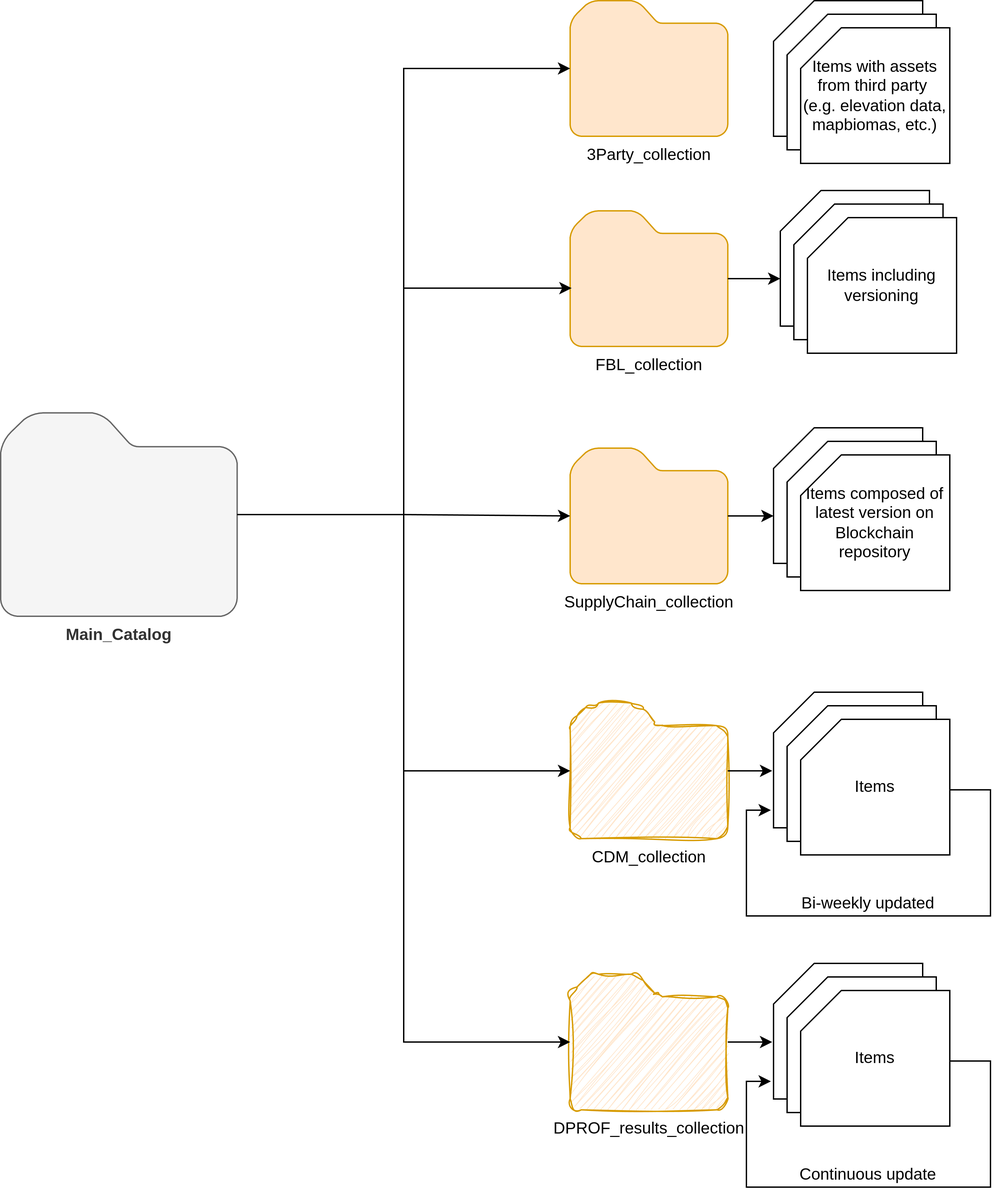
Above: img/STAC_Satelligence_structure.png in mdominguezd/s11_cats_report.github.io (draw.io), before the change. Source tidied: cells renumbered, new cells last; positions are measured from the earlier drawing's top-left corner, leaving out a move shared by most shapes. Source of this version:
```xml
<mxGraphModel>
  <root>
    <mxCell id="0" />
    <mxCell id="1" parent="0" />
    <mxCell id="2" value="FBL_collection" style="sketch=0;shadow=0;dashed=0;html=1;strokeColor=#d79b00;labelPosition=center;verticalLabelPosition=bottom;verticalAlign=top;align=center;fillColor=#ffe6cc;shape=mxgraph.mscae.enterprise.folder;fontStyle=0;" parent="1" vertex="1">
      <mxGeometry x="420" y="155" width="116.3" height="100" as="geometry" />
    </mxCell>
    <mxCell id="3" value="CDM_collection" style="shadow=0;dashed=0;html=1;strokeColor=#d79b00;labelPosition=center;verticalLabelPosition=bottom;verticalAlign=top;align=center;fillColor=#ffe6cc;shape=mxgraph.mscae.enterprise.folder;fontStyle=0;sketch=1;curveFitting=1;jiggle=2;" parent="1" vertex="1">
      <mxGeometry x="420" y="518" width="116.3" height="100" as="geometry" />
    </mxCell>
    <mxCell id="4" value="SupplyChain_collection" style="shadow=0;dashed=0;html=1;strokeColor=#d79b00;labelPosition=center;verticalLabelPosition=bottom;verticalAlign=top;align=center;fillColor=#ffe6cc;shape=mxgraph.mscae.enterprise.folder;fontStyle=0;" parent="1" vertex="1">
      <mxGeometry x="420" y="330" width="116.3" height="100" as="geometry" />
    </mxCell>
    <mxCell id="5" style="edgeStyle=orthogonalEdgeStyle;rounded=0;jettySize=auto;html=1;" parent="1" edge="1" source="6" target="4">
      <mxGeometry relative="1" as="geometry" />
    </mxCell>
    <mxCell id="6" value="Main_Catalog" style="sketch=0;shadow=0;dashed=0;html=1;strokeColor=#666666;labelPosition=center;verticalLabelPosition=bottom;verticalAlign=top;align=center;fillColor=#f5f5f5;shape=mxgraph.mscae.enterprise.folder;fontColor=#333333;fontStyle=1;" parent="1" vertex="1">
      <mxGeometry y="304" width="174.4" height="150" as="geometry" />
    </mxCell>
    <mxCell id="7" style="group;" parent="1" vertex="1">
      <mxGeometry x="575" y="140" width="130" height="120" as="geometry" />
    </mxCell>
    <mxCell id="8" style="shape=card;whiteSpace=wrap;html=1;" parent="7" vertex="1">
      <mxGeometry width="110" height="100" as="geometry" />
    </mxCell>
    <mxCell id="9" style="shape=card;whiteSpace=wrap;html=1;" parent="7" vertex="1">
      <mxGeometry x="10" y="10" width="110" height="100" as="geometry" />
    </mxCell>
    <mxCell id="10" value="Items including versioning" style="shape=card;whiteSpace=wrap;html=1;" parent="7" vertex="1">
      <mxGeometry x="20" y="20" width="110" height="100" as="geometry" />
    </mxCell>
    <mxCell id="11" style="edgeStyle=orthogonalEdgeStyle;rounded=0;jettySize=auto;html=1;entryX=0;entryY=0;entryDx=0;entryDy=65;entryPerimeter=0;" parent="1" edge="1" source="2" target="8">
      <mxGeometry relative="1" as="geometry" />
    </mxCell>
    <mxCell id="12" style="group;" parent="1" vertex="1">
      <mxGeometry x="570" y="315" width="130" height="120" as="geometry" />
    </mxCell>
    <mxCell id="13" style="shape=card;whiteSpace=wrap;html=1;" parent="12" vertex="1">
      <mxGeometry width="110" height="100" as="geometry" />
    </mxCell>
    <mxCell id="14" style="shape=card;whiteSpace=wrap;html=1;" parent="12" vertex="1">
      <mxGeometry x="10" y="10" width="110" height="100" as="geometry" />
    </mxCell>
    <mxCell id="15" value="Items composed of latest version on Blockchain repository" style="shape=card;whiteSpace=wrap;html=1;" parent="12" vertex="1">
      <mxGeometry x="20" y="20" width="110" height="100" as="geometry" />
    </mxCell>
    <mxCell id="16" style="edgeStyle=orthogonalEdgeStyle;rounded=0;jettySize=auto;html=1;entryX=0;entryY=0;entryDx=0;entryDy=65;entryPerimeter=0;" parent="1" edge="1" source="4" target="13">
      <mxGeometry relative="1" as="geometry" />
    </mxCell>
    <mxCell id="17" style="group;" parent="1" vertex="1">
      <mxGeometry x="570" y="510" width="130" height="120" as="geometry" />
    </mxCell>
    <mxCell id="18" style="shape=card;whiteSpace=wrap;html=1;" parent="17" vertex="1">
      <mxGeometry width="110" height="100" as="geometry" />
    </mxCell>
    <mxCell id="19" style="shape=card;whiteSpace=wrap;html=1;" parent="17" vertex="1">
      <mxGeometry x="10" y="10" width="110" height="100" as="geometry" />
    </mxCell>
    <mxCell id="20" value="Items" style="shape=card;whiteSpace=wrap;html=1;" parent="17" vertex="1">
      <mxGeometry x="20" y="20" width="110" height="100" as="geometry" />
    </mxCell>
    <mxCell id="21" style="edgeStyle=orthogonalEdgeStyle;rounded=0;orthogonalLoop=1;jettySize=auto;html=1;entryX=-0.018;entryY=0.85;entryDx=0;entryDy=0;entryPerimeter=0;" parent="17" edge="1">
      <mxGeometry relative="1" as="geometry">
        <mxPoint x="130" y="72" as="sourcePoint" />
        <mxPoint x="-2" y="87" as="targetPoint" />
        <Array as="points">
          <mxPoint x="160" y="72" />
          <mxPoint x="160" y="165" />
          <mxPoint x="-20" y="165" />
          <mxPoint x="-20" y="87" />
        </Array>
      </mxGeometry>
    </mxCell>
    <mxCell id="22" style="edgeStyle=orthogonalEdgeStyle;rounded=0;jettySize=auto;html=1;entryX=-0.009;entryY=0.58;entryDx=0;entryDy=0;entryPerimeter=0;" parent="1" edge="1" source="3" target="18">
      <mxGeometry relative="1" as="geometry" />
    </mxCell>
    <mxCell id="23" value="Bi-weekly updated" style="text;html=1;align=center;verticalAlign=middle;whiteSpace=wrap;rounded=0;" parent="1" vertex="1">
      <mxGeometry x="570" y="651" width="140" height="30" as="geometry" />
    </mxCell>
    <mxCell id="24" style="edgeStyle=orthogonalEdgeStyle;rounded=0;jettySize=auto;html=1;entryX=0;entryY=0.5;entryDx=0;entryDy=0;entryPerimeter=0;" parent="1" edge="1" source="6" target="3">
      <mxGeometry relative="1" as="geometry" />
    </mxCell>
    <mxCell id="25" value="DPROF_results_collection" style="shadow=0;dashed=0;html=1;strokeColor=#d79b00;labelPosition=center;verticalLabelPosition=bottom;verticalAlign=top;align=center;fillColor=#ffe6cc;shape=mxgraph.mscae.enterprise.folder;fontStyle=0;sketch=1;curveFitting=1;jiggle=2;" parent="1" vertex="1">
      <mxGeometry x="420" y="718" width="116.3" height="100" as="geometry" />
    </mxCell>
    <mxCell id="26" style="group;" parent="1" vertex="1">
      <mxGeometry x="570" y="710" width="130" height="120" as="geometry" />
    </mxCell>
    <mxCell id="27" style="shape=card;whiteSpace=wrap;html=1;" parent="26" vertex="1">
      <mxGeometry width="110" height="100" as="geometry" />
    </mxCell>
    <mxCell id="28" style="shape=card;whiteSpace=wrap;html=1;" parent="26" vertex="1">
      <mxGeometry x="10" y="10" width="110" height="100" as="geometry" />
    </mxCell>
    <mxCell id="29" value="Items" style="shape=card;whiteSpace=wrap;html=1;" parent="26" vertex="1">
      <mxGeometry x="20" y="20" width="110" height="100" as="geometry" />
    </mxCell>
    <mxCell id="30" style="edgeStyle=orthogonalEdgeStyle;rounded=0;orthogonalLoop=1;jettySize=auto;html=1;entryX=-0.018;entryY=0.85;entryDx=0;entryDy=0;entryPerimeter=0;" parent="26" edge="1">
      <mxGeometry relative="1" as="geometry">
        <mxPoint x="130" y="72" as="sourcePoint" />
        <mxPoint x="-2" y="87" as="targetPoint" />
        <Array as="points">
          <mxPoint x="160" y="72" />
          <mxPoint x="160" y="165" />
          <mxPoint x="-20" y="165" />
          <mxPoint x="-20" y="87" />
        </Array>
      </mxGeometry>
    </mxCell>
    <mxCell id="31" style="edgeStyle=orthogonalEdgeStyle;rounded=0;jettySize=auto;html=1;entryX=-0.009;entryY=0.58;entryDx=0;entryDy=0;entryPerimeter=0;" parent="1" edge="1" source="25" target="27">
      <mxGeometry relative="1" as="geometry" />
    </mxCell>
    <mxCell id="32" value="Continuous update" style="text;html=1;align=center;verticalAlign=middle;whiteSpace=wrap;rounded=0;" parent="1" vertex="1">
      <mxGeometry x="570" y="851" width="140" height="30" as="geometry" />
    </mxCell>
    <mxCell id="33" style="edgeStyle=orthogonalEdgeStyle;rounded=0;jettySize=auto;html=1;entryX=0;entryY=0.5;entryDx=0;entryDy=0;entryPerimeter=0;" parent="1" edge="1" source="6" target="25">
      <mxGeometry relative="1" as="geometry" />
    </mxCell>
    <mxCell id="34" style="edgeStyle=orthogonalEdgeStyle;rounded=0;jettySize=auto;html=1;entryX=0.009;entryY=0.57;entryDx=0;entryDy=0;entryPerimeter=0;" parent="1" edge="1" source="6" target="2">
      <mxGeometry relative="1" as="geometry" />
    </mxCell>
    <mxCell id="35" value="3Party_collection" style="sketch=0;shadow=0;dashed=0;html=1;strokeColor=#d79b00;labelPosition=center;verticalLabelPosition=bottom;verticalAlign=top;align=center;fillColor=#ffe6cc;shape=mxgraph.mscae.enterprise.folder;fontStyle=0;" parent="1" vertex="1">
      <mxGeometry x="420" width="116.3" height="100" as="geometry" />
    </mxCell>
    <mxCell id="36" style="edgeStyle=orthogonalEdgeStyle;rounded=0;jettySize=auto;html=1;entryX=0;entryY=0.5;entryDx=0;entryDy=0;entryPerimeter=0;" parent="1" edge="1" source="6" target="35">
      <mxGeometry relative="1" as="geometry" />
    </mxCell>
    <mxCell id="37" style="group;" parent="1" vertex="1">
      <mxGeometry x="570" width="130" height="120" as="geometry" />
    </mxCell>
    <mxCell id="38" style="shape=card;whiteSpace=wrap;html=1;" parent="37" vertex="1">
      <mxGeometry width="110" height="100" as="geometry" />
    </mxCell>
    <mxCell id="39" style="shape=card;whiteSpace=wrap;html=1;" parent="37" vertex="1">
      <mxGeometry x="10" y="10" width="110" height="100" as="geometry" />
    </mxCell>
    <mxCell id="40" value="Items with assets from third party&amp;nbsp;&lt;div&gt;(e.g. elevation data, mapbiomas, etc.)&lt;/div&gt;" style="shape=card;whiteSpace=wrap;html=1;" parent="37" vertex="1">
      <mxGeometry x="20" y="20" width="110" height="100" as="geometry" />
    </mxCell>
  </root>
</mxGraphModel>
```
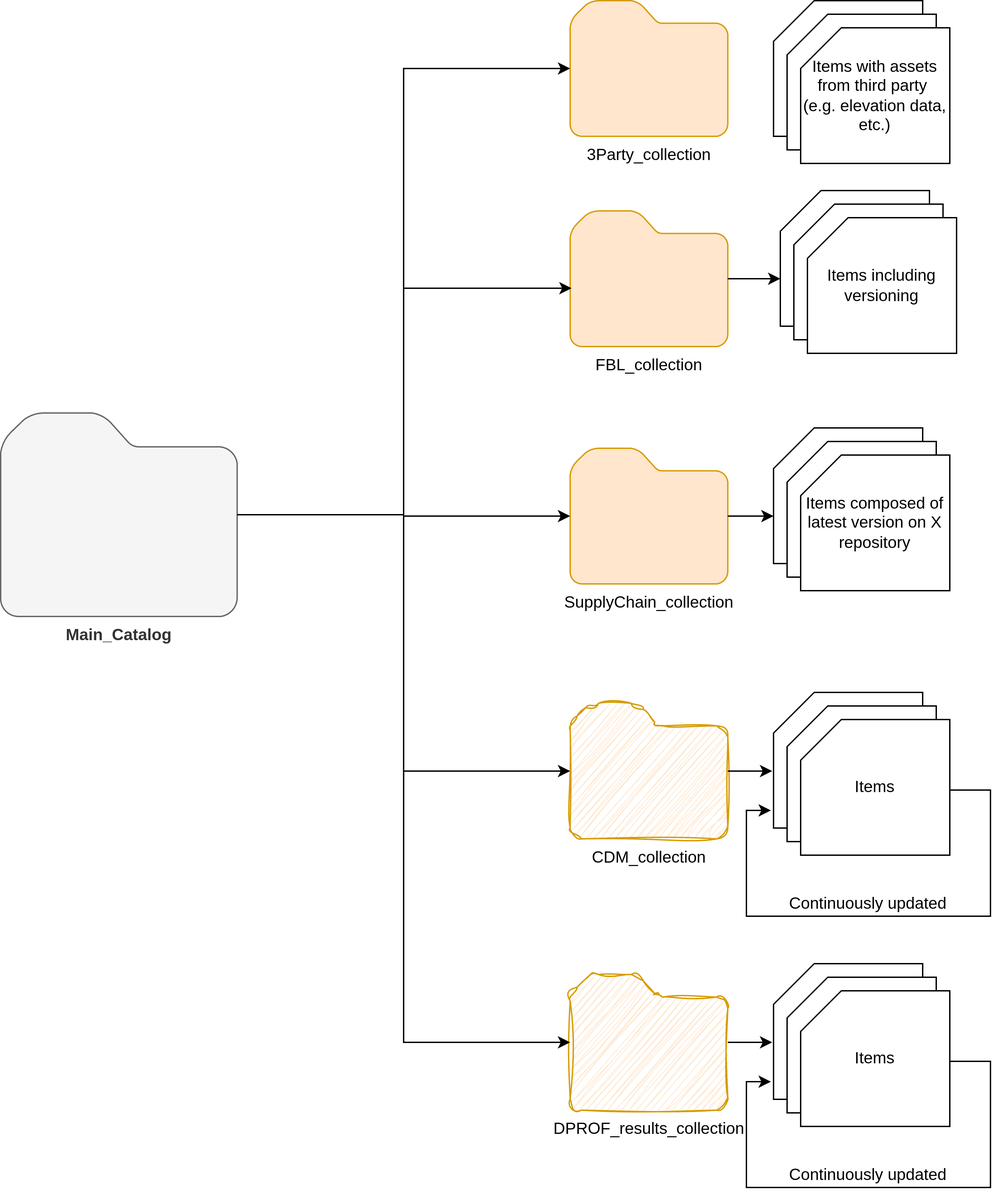
Later version of the same file.

Diff of the diagram source:
```diff
@@ -41,7 +41,7 @@
     <mxCell id="14" style="shape=card;whiteSpace=wrap;html=1;" parent="12" vertex="1">
       <mxGeometry x="10" y="10" width="110" height="100" as="geometry" />
     </mxCell>
-    <mxCell id="15" value="Items composed of latest version on Blockchain repository" style="shape=card;whiteSpace=wrap;html=1;" parent="12" vertex="1">
+    <mxCell id="15" value="Items composed of latest version on X repository" style="shape=card;whiteSpace=wrap;html=1;" parent="12" vertex="1">
       <mxGeometry x="20" y="20" width="110" height="100" as="geometry" />
     </mxCell>
     <mxCell id="16" style="edgeStyle=orthogonalEdgeStyle;rounded=0;jettySize=auto;html=1;entryX=0;entryY=0;entryDx=0;entryDy=65;entryPerimeter=0;" parent="1" edge="1" source="4" target="13">
@@ -74,7 +74,7 @@
     <mxCell id="22" style="edgeStyle=orthogonalEdgeStyle;rounded=0;jettySize=auto;html=1;entryX=-0.009;entryY=0.58;entryDx=0;entryDy=0;entryPerimeter=0;" parent="1" edge="1" source="3" target="18">
       <mxGeometry relative="1" as="geometry" />
     </mxCell>
-    <mxCell id="23" value="Bi-weekly updated" style="text;html=1;align=center;verticalAlign=middle;whiteSpace=wrap;rounded=0;" parent="1" vertex="1">
+    <mxCell id="23" value="Continuously updated" style="text;html=1;align=center;verticalAlign=middle;whiteSpace=wrap;rounded=0;" parent="1" vertex="1">
       <mxGeometry x="570" y="651" width="140" height="30" as="geometry" />
     </mxCell>
     <mxCell id="24" style="edgeStyle=orthogonalEdgeStyle;rounded=0;jettySize=auto;html=1;entryX=0;entryY=0.5;entryDx=0;entryDy=0;entryPerimeter=0;" parent="1" edge="1" source="6" target="3">
@@ -110,7 +110,7 @@
     <mxCell id="31" style="edgeStyle=orthogonalEdgeStyle;rounded=0;jettySize=auto;html=1;entryX=-0.009;entryY=0.58;entryDx=0;entryDy=0;entryPerimeter=0;" parent="1" edge="1" source="25" target="27">
       <mxGeometry relative="1" as="geometry" />
     </mxCell>
-    <mxCell id="32" value="Continuous update" style="text;html=1;align=center;verticalAlign=middle;whiteSpace=wrap;rounded=0;" parent="1" vertex="1">
+    <mxCell id="32" value="Continuously updated" style="text;html=1;align=center;verticalAlign=middle;whiteSpace=wrap;rounded=0;" parent="1" vertex="1">
       <mxGeometry x="570" y="851" width="140" height="30" as="geometry" />
     </mxCell>
     <mxCell id="33" style="edgeStyle=orthogonalEdgeStyle;rounded=0;jettySize=auto;html=1;entryX=0;entryY=0.5;entryDx=0;entryDy=0;entryPerimeter=0;" parent="1" edge="1" source="6" target="25">
@@ -134,7 +134,7 @@
     <mxCell id="39" style="shape=card;whiteSpace=wrap;html=1;" parent="37" vertex="1">
       <mxGeometry x="10" y="10" width="110" height="100" as="geometry" />
     </mxCell>
-    <mxCell id="40" value="Items with assets from third party&amp;nbsp;&lt;div&gt;(e.g. elevation data, mapbiomas, etc.)&lt;/div&gt;" style="shape=card;whiteSpace=wrap;html=1;" parent="37" vertex="1">
+    <mxCell id="40" value="Items with assets from third party&amp;nbsp;&lt;div&gt;(e.g. elevation data, etc.)&lt;/div&gt;" style="shape=card;whiteSpace=wrap;html=1;" parent="37" vertex="1">
       <mxGeometry x="20" y="20" width="110" height="100" as="geometry" />
     </mxCell>
   </root>
```
